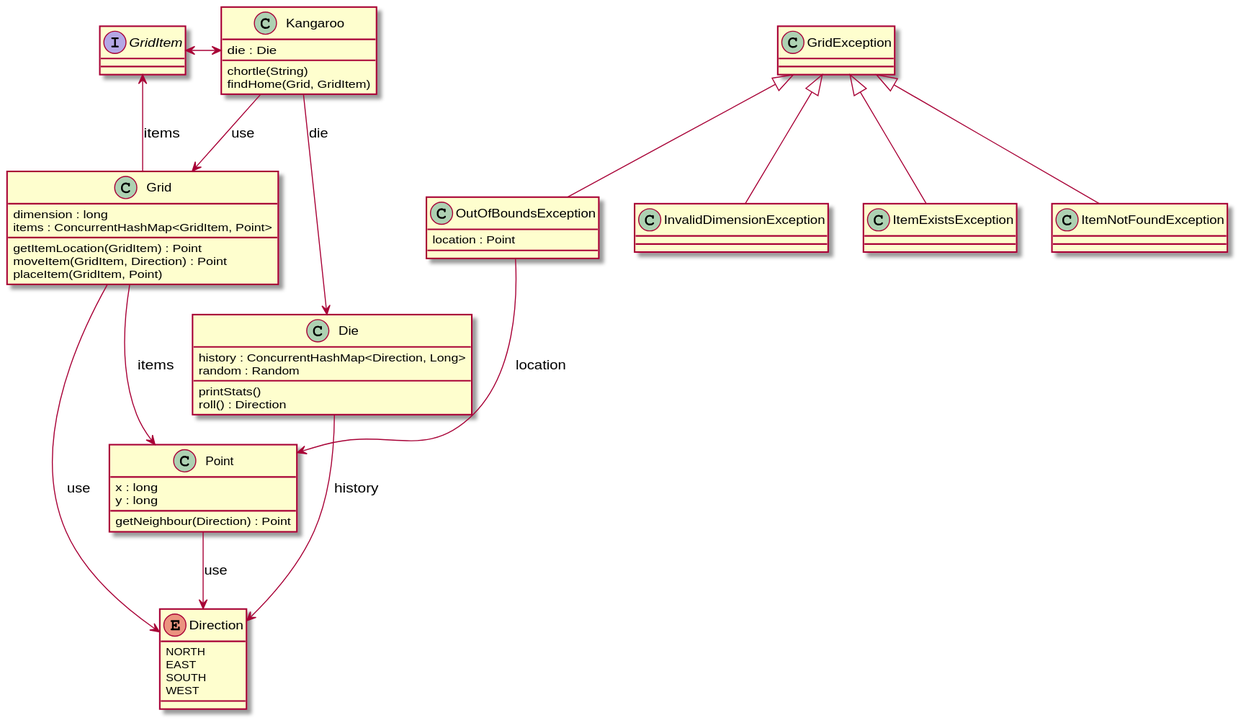
jaaufauvre/will-skippy-get-home keeps this PlantUML diagram as uml/skippy-plantuml.svg. Above is the earlier version.
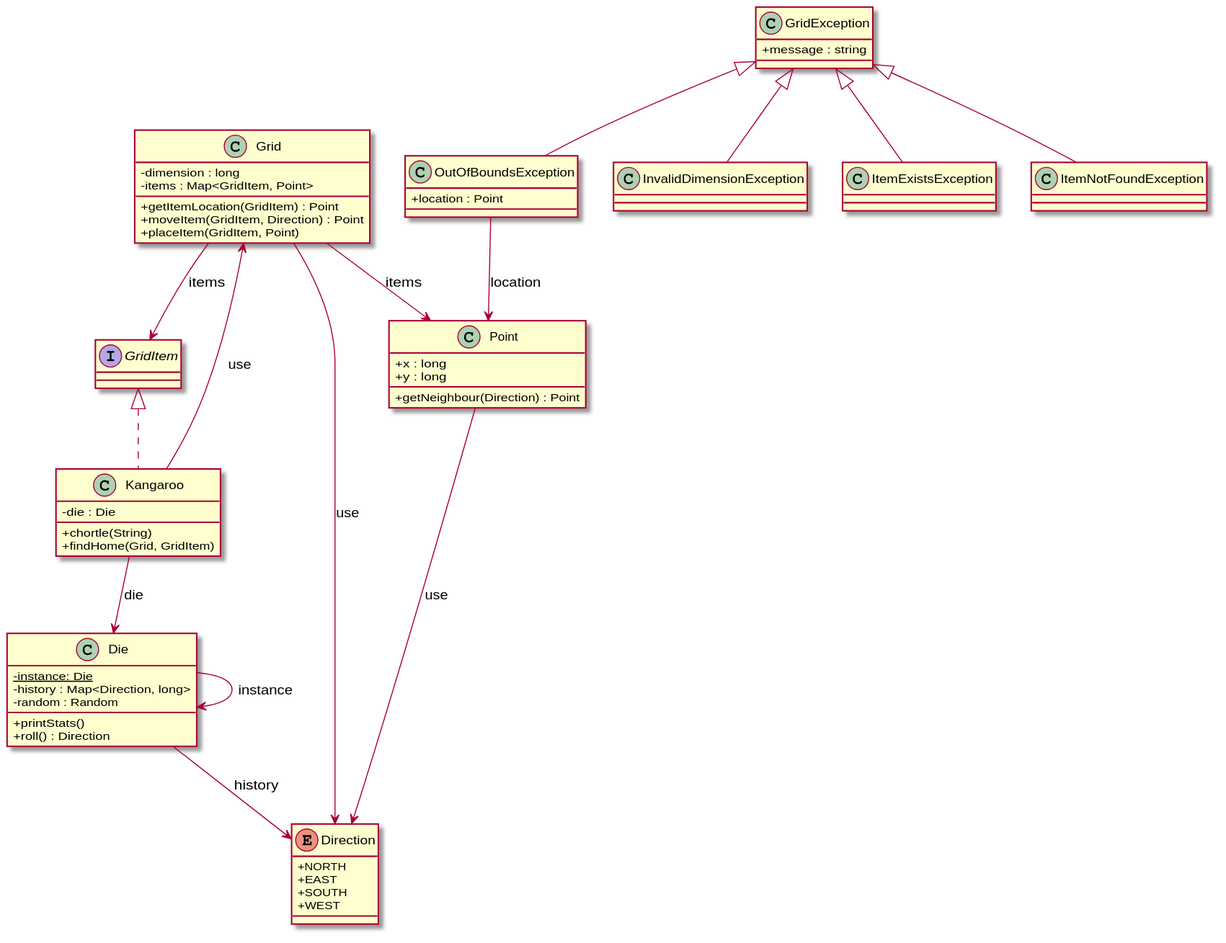
After the commit.

Commit message:
Updated PlantUML diagram, clean-up

Diff of the diagram source:
```diff
@@ -1,27 +1,32 @@
 @startuml
+skinparam classAttributeIconSize 0
+
 class "Die" {
-  history : ConcurrentHashMap<Direction, Long>
-  random : Random
-  printStats()
-  roll() : Direction
+  {field} {static} -instance: Die
+  {field} -history : Map<Direction, long>
+  {field} -random : Random
+  {method} +printStats()
+  {method} +roll() : Direction
 }
 
 enum "Direction" {
-  NORTH
-  EAST
-  SOUTH
-  WEST
+  {field} +NORTH
+  {field} +EAST
+  {field} +SOUTH
+  {field} +WEST
 }
 
 class "Grid" {
-  dimension : long
-  items : ConcurrentHashMap<GridItem, Point>
-  getItemLocation(GridItem) : Point
-  moveItem(GridItem, Direction) : Point
-  placeItem(GridItem, Point)
+  {field} -dimension : long
+  {field} -items : Map<GridItem, Point>
+  {method} +getItemLocation(GridItem) : Point
+  {method} +moveItem(GridItem, Direction) : Point
+  {method} +placeItem(GridItem, Point)
 }
 
-class "GridException"
+class "GridException" {
+  {field} +message : string
+}
 
 interface "GridItem"
 
@@ -32,29 +37,30 @@
 class "ItemNotFoundException"
 
 class "Kangaroo" {
-  die : Die
-  chortle(String)
-  findHome(Grid, GridItem)
+  {field} -die : Die
+  {method} +chortle(String)
+  {method} +findHome(Grid, GridItem)
 }
 
 class "OutOfBoundsException" {
-  location : Point
+  {field} +location : Point
 }
 
 class "Point" {
-  x : long
-  y : long
-  getNeighbour(Direction) : Point
+  {field} +x : long
+  {field} +y : long
+  {method} +getNeighbour(Direction) : Point
 }
 
+"Die" --> "Die" : instance
 "Die" --> "Direction" : history
 "Grid" --> "Direction" : use
 "GridException" <|-- "InvalidDimensionException"
 "GridException" <|-- "ItemExistsException"
 "GridException" <|-- "ItemNotFoundException"
 "GridException" <|-- "OutOfBoundsException"
+"GridItem" <|.. "Kangaroo"
 "Grid" --> "GridItem" : items
-"GridItem" <-> "Kangaroo"
 "Grid" --> "Point" : items
 "Kangaroo" --> "Die" : die
 "Kangaroo" --> "Grid" : use
```
